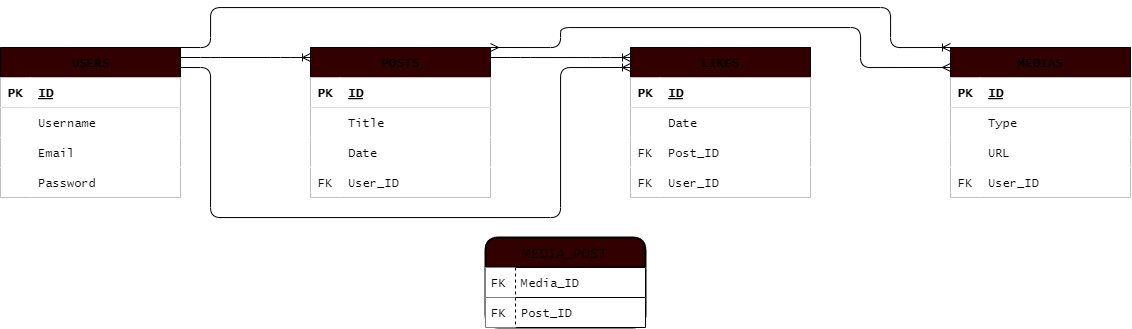
The draw.io diagram tables.png in SimoneCerri/db-social-platform, before a commit. Source tidied: cells renumbered, new cells last; positions are measured from the earlier drawing's top-left corner, leaving out a move shared by most shapes.
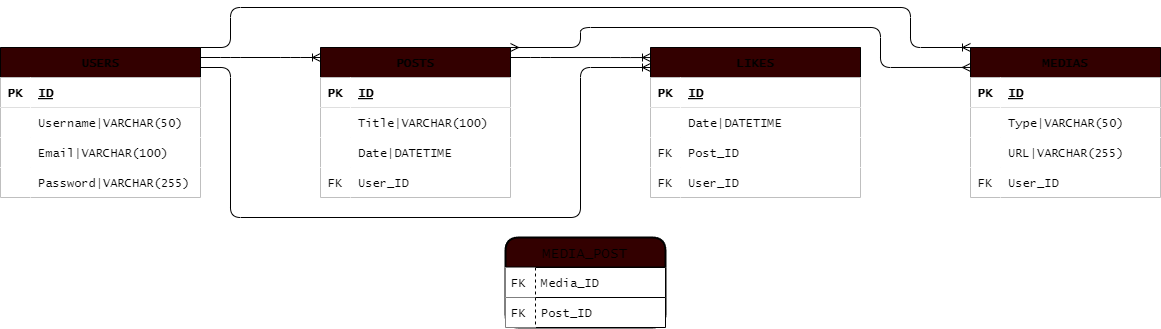
Above is the later version.

What changed in the source:
```diff
@@ -1,167 +1,167 @@
-<mxGraphModel background="#FFFFFF">
+<mxGraphModel background="#ffffff">
   <root>
     <mxCell id="0" />
     <mxCell id="1" parent="0" />
     <mxCell id="2" value="USERS" style="shape=table;startSize=30;rowLines=0;fontStyle=1;align=center;fontFamily=Lucida Console;fillColor=#330000;" parent="1" vertex="1">
-      <mxGeometry y="40" width="180" height="150" as="geometry" />
+      <mxGeometry x="-20" y="40" width="200" height="150" as="geometry" />
     </mxCell>
     <mxCell id="3" style="shape=tableRow;horizontal=0;startSize=0;swimlaneHead=0;swimlaneBody=0;top=0;left=0;right=0;bottom=1;fontFamily=Lucida Console;" parent="2" vertex="1">
-      <mxGeometry y="30" width="180" height="30" as="geometry" />
+      <mxGeometry y="30" width="200" height="30" as="geometry" />
     </mxCell>
     <mxCell id="4" value="PK" style="shape=partialRectangle;top=0;left=0;bottom=0;right=0;fontStyle=1;overflow=hidden;fontFamily=Lucida Console;" parent="3" vertex="1">
       <mxGeometry width="30" height="30" as="geometry" />
     </mxCell>
     <mxCell id="5" value="ID" style="shape=partialRectangle;top=0;left=0;bottom=0;right=0;align=left;spacingLeft=6;fontStyle=5;overflow=hidden;fontFamily=Lucida Console;" parent="3" vertex="1">
-      <mxGeometry x="30" width="150" height="30" as="geometry" />
+      <mxGeometry x="30" width="170" height="30" as="geometry" />
     </mxCell>
     <mxCell id="6" style="shape=tableRow;horizontal=0;startSize=0;swimlaneHead=0;swimlaneBody=0;top=0;left=0;right=0;bottom=0;fontFamily=Lucida Console;" parent="2" vertex="1">
-      <mxGeometry y="60" width="180" height="30" as="geometry" />
+      <mxGeometry y="60" width="200" height="30" as="geometry" />
     </mxCell>
     <mxCell id="7" style="shape=partialRectangle;top=0;left=0;bottom=0;right=0;overflow=hidden;fontFamily=Lucida Console;" parent="6" vertex="1">
       <mxGeometry width="30" height="30" as="geometry" />
     </mxCell>
-    <mxCell id="8" value="Username " style="shape=partialRectangle;top=0;left=0;bottom=0;right=0;align=left;spacingLeft=6;overflow=hidden;fontFamily=Lucida Console;" parent="6" vertex="1">
-      <mxGeometry x="30" width="150" height="30" as="geometry" />
+    <mxCell id="8" value="Username|VARCHAR(50)" style="shape=partialRectangle;top=0;left=0;bottom=0;right=0;align=left;spacingLeft=6;overflow=hidden;fontFamily=Lucida Console;" parent="6" vertex="1">
+      <mxGeometry x="30" width="170" height="30" as="geometry" />
     </mxCell>
     <mxCell id="9" style="shape=tableRow;horizontal=0;startSize=0;swimlaneHead=0;swimlaneBody=0;top=0;left=0;right=0;bottom=0;fontFamily=Lucida Console;" parent="2" vertex="1">
-      <mxGeometry y="90" width="180" height="30" as="geometry" />
+      <mxGeometry y="90" width="200" height="30" as="geometry" />
     </mxCell>
     <mxCell id="10" style="shape=partialRectangle;top=0;left=0;bottom=0;right=0;overflow=hidden;fontFamily=Lucida Console;" parent="9" vertex="1">
       <mxGeometry width="30" height="30" as="geometry" />
     </mxCell>
-    <mxCell id="11" value="Email" style="shape=partialRectangle;top=0;left=0;bottom=0;right=0;align=left;spacingLeft=6;overflow=hidden;fontFamily=Lucida Console;" parent="9" vertex="1">
-      <mxGeometry x="30" width="150" height="30" as="geometry" />
+    <mxCell id="11" value="Email|VARCHAR(100)" style="shape=partialRectangle;top=0;left=0;bottom=0;right=0;align=left;spacingLeft=6;overflow=hidden;fontFamily=Lucida Console;" parent="9" vertex="1">
+      <mxGeometry x="30" width="170" height="30" as="geometry" />
     </mxCell>
     <mxCell id="12" style="shape=tableRow;horizontal=0;startSize=0;swimlaneHead=0;swimlaneBody=0;top=0;left=0;right=0;bottom=0;fontFamily=Lucida Console;" parent="2" vertex="1">
-      <mxGeometry y="120" width="180" height="30" as="geometry" />
+      <mxGeometry y="120" width="200" height="30" as="geometry" />
     </mxCell>
     <mxCell id="13" style="shape=partialRectangle;top=0;left=0;bottom=0;right=0;overflow=hidden;fontFamily=Lucida Console;" parent="12" vertex="1">
       <mxGeometry width="30" height="30" as="geometry" />
     </mxCell>
-    <mxCell id="14" value="Password" style="shape=partialRectangle;top=0;left=0;bottom=0;right=0;align=left;spacingLeft=6;overflow=hidden;fontFamily=Lucida Console;" parent="12" vertex="1">
-      <mxGeometry x="30" width="150" height="30" as="geometry" />
+    <mxCell id="14" value="Password|VARCHAR(255)" style="shape=partialRectangle;top=0;left=0;bottom=0;right=0;align=left;spacingLeft=6;overflow=hidden;fontFamily=Lucida Console;" parent="12" vertex="1">
+      <mxGeometry x="30" width="170" height="30" as="geometry" />
     </mxCell>
     <mxCell id="15" value="POSTS" style="shape=table;startSize=30;rowLines=0;fontStyle=1;align=center;fontFamily=Lucida Console;fillColor=#330000;" parent="1" vertex="1">
-      <mxGeometry x="310" y="40" width="180" height="150" as="geometry" />
+      <mxGeometry x="300" y="40" width="190" height="150" as="geometry" />
     </mxCell>
     <mxCell id="16" style="shape=tableRow;horizontal=0;startSize=0;swimlaneHead=0;swimlaneBody=0;top=0;left=0;right=0;bottom=1;fontFamily=Lucida Console;" parent="15" vertex="1">
-      <mxGeometry y="30" width="180" height="30" as="geometry" />
+      <mxGeometry y="30" width="190" height="30" as="geometry" />
     </mxCell>
     <mxCell id="17" value="PK" style="shape=partialRectangle;top=0;left=0;bottom=0;right=0;fontStyle=1;overflow=hidden;fontFamily=Lucida Console;" parent="16" vertex="1">
       <mxGeometry width="30" height="30" as="geometry" />
     </mxCell>
     <mxCell id="18" value="ID" style="shape=partialRectangle;top=0;left=0;bottom=0;right=0;align=left;spacingLeft=6;fontStyle=5;overflow=hidden;fontFamily=Lucida Console;" parent="16" vertex="1">
-      <mxGeometry x="30" width="150" height="30" as="geometry" />
+      <mxGeometry x="30" width="160" height="30" as="geometry" />
     </mxCell>
     <mxCell id="19" style="shape=tableRow;horizontal=0;startSize=0;swimlaneHead=0;swimlaneBody=0;top=0;left=0;right=0;bottom=0;fontFamily=Lucida Console;" parent="15" vertex="1">
-      <mxGeometry y="60" width="180" height="30" as="geometry" />
+      <mxGeometry y="60" width="190" height="30" as="geometry" />
     </mxCell>
     <mxCell id="20" style="shape=partialRectangle;top=0;left=0;bottom=0;right=0;overflow=hidden;fontFamily=Lucida Console;" parent="19" vertex="1">
       <mxGeometry width="30" height="30" as="geometry" />
     </mxCell>
-    <mxCell id="21" value="Title" style="shape=partialRectangle;top=0;left=0;bottom=0;right=0;align=left;spacingLeft=6;overflow=hidden;fontFamily=Lucida Console;" parent="19" vertex="1">
-      <mxGeometry x="30" width="150" height="30" as="geometry" />
+    <mxCell id="21" value="Title|VARCHAR(100)" style="shape=partialRectangle;top=0;left=0;bottom=0;right=0;align=left;spacingLeft=6;overflow=hidden;fontFamily=Lucida Console;" parent="19" vertex="1">
+      <mxGeometry x="30" width="160" height="30" as="geometry" />
     </mxCell>
     <mxCell id="22" style="shape=tableRow;horizontal=0;startSize=0;swimlaneHead=0;swimlaneBody=0;top=0;left=0;right=0;bottom=0;fontFamily=Lucida Console;" parent="15" vertex="1">
-      <mxGeometry y="90" width="180" height="30" as="geometry" />
+      <mxGeometry y="90" width="190" height="30" as="geometry" />
     </mxCell>
     <mxCell id="23" style="shape=partialRectangle;top=0;left=0;bottom=0;right=0;overflow=hidden;fontFamily=Lucida Console;" parent="22" vertex="1">
       <mxGeometry width="30" height="30" as="geometry" />
     </mxCell>
-    <mxCell id="24" value="Date" style="shape=partialRectangle;top=0;left=0;bottom=0;right=0;align=left;spacingLeft=6;overflow=hidden;fontFamily=Lucida Console;" parent="22" vertex="1">
-      <mxGeometry x="30" width="150" height="30" as="geometry" />
+    <mxCell id="24" value="Date|DATETIME" style="shape=partialRectangle;top=0;left=0;bottom=0;right=0;align=left;spacingLeft=6;overflow=hidden;fontFamily=Lucida Console;" parent="22" vertex="1">
+      <mxGeometry x="30" width="160" height="30" as="geometry" />
     </mxCell>
     <mxCell id="25" style="shape=tableRow;horizontal=0;startSize=0;swimlaneHead=0;swimlaneBody=0;top=0;left=0;right=0;bottom=0;fontFamily=Lucida Console;" parent="15" vertex="1">
-      <mxGeometry y="120" width="180" height="30" as="geometry" />
+      <mxGeometry y="120" width="190" height="30" as="geometry" />
     </mxCell>
     <mxCell id="26" value="FK" style="shape=partialRectangle;top=0;left=0;bottom=0;right=0;overflow=hidden;fontFamily=Lucida Console;" parent="25" vertex="1">
       <mxGeometry width="30" height="30" as="geometry" />
     </mxCell>
     <mxCell id="27" value="User_ID" style="shape=partialRectangle;top=0;left=0;bottom=0;right=0;align=left;spacingLeft=6;overflow=hidden;fontFamily=Lucida Console;" parent="25" vertex="1">
-      <mxGeometry x="30" width="150" height="30" as="geometry" />
+      <mxGeometry x="30" width="160" height="30" as="geometry" />
     </mxCell>
     <mxCell id="28" value="MEDIAS" style="shape=table;startSize=30;rowLines=0;fontStyle=1;align=center;fontFamily=Lucida Console;fillColor=#330000;" parent="1" vertex="1">
-      <mxGeometry x="950" y="40" width="180" height="150" as="geometry" />
+      <mxGeometry x="950" y="40" width="190" height="150" as="geometry" />
     </mxCell>
     <mxCell id="29" style="shape=tableRow;horizontal=0;startSize=0;swimlaneHead=0;swimlaneBody=0;top=0;left=0;right=0;bottom=1;fontFamily=Lucida Console;" parent="28" vertex="1">
-      <mxGeometry y="30" width="180" height="30" as="geometry" />
+      <mxGeometry y="30" width="190" height="30" as="geometry" />
     </mxCell>
     <mxCell id="30" value="PK" style="shape=partialRectangle;top=0;left=0;bottom=0;right=0;fontStyle=1;overflow=hidden;fontFamily=Lucida Console;" parent="29" vertex="1">
       <mxGeometry width="30" height="30" as="geometry" />
     </mxCell>
     <mxCell id="31" value="ID" style="shape=partialRectangle;top=0;left=0;bottom=0;right=0;align=left;spacingLeft=6;fontStyle=5;overflow=hidden;fontFamily=Lucida Console;" parent="29" vertex="1">
-      <mxGeometry x="30" width="150" height="30" as="geometry" />
+      <mxGeometry x="30" width="160" height="30" as="geometry" />
     </mxCell>
     <mxCell id="32" style="shape=tableRow;horizontal=0;startSize=0;swimlaneHead=0;swimlaneBody=0;top=0;left=0;right=0;bottom=0;fontFamily=Lucida Console;" parent="28" vertex="1">
-      <mxGeometry y="60" width="180" height="30" as="geometry" />
+      <mxGeometry y="60" width="190" height="30" as="geometry" />
     </mxCell>
     <mxCell id="33" style="shape=partialRectangle;top=0;left=0;bottom=0;right=0;overflow=hidden;fontFamily=Lucida Console;" parent="32" vertex="1">
       <mxGeometry width="30" height="30" as="geometry" />
     </mxCell>
-    <mxCell id="34" value="Type" style="shape=partialRectangle;top=0;left=0;bottom=0;right=0;align=left;spacingLeft=6;overflow=hidden;fontFamily=Lucida Console;" parent="32" vertex="1">
-      <mxGeometry x="30" width="150" height="30" as="geometry" />
+    <mxCell id="34" value="Type|VARCHAR(50)" style="shape=partialRectangle;top=0;left=0;bottom=0;right=0;align=left;spacingLeft=6;overflow=hidden;fontFamily=Lucida Console;" parent="32" vertex="1">
+      <mxGeometry x="30" width="160" height="30" as="geometry" />
     </mxCell>
     <mxCell id="35" style="shape=tableRow;horizontal=0;startSize=0;swimlaneHead=0;swimlaneBody=0;top=0;left=0;right=0;bottom=0;fontFamily=Lucida Console;" parent="28" vertex="1">
-      <mxGeometry y="90" width="180" height="30" as="geometry" />
+      <mxGeometry y="90" width="190" height="30" as="geometry" />
     </mxCell>
     <mxCell id="36" style="shape=partialRectangle;top=0;left=0;bottom=0;right=0;overflow=hidden;fontFamily=Lucida Console;" parent="35" vertex="1">
       <mxGeometry width="30" height="30" as="geometry" />
     </mxCell>
-    <mxCell id="37" value="URL" style="shape=partialRectangle;top=0;left=0;bottom=0;right=0;align=left;spacingLeft=6;overflow=hidden;fontFamily=Lucida Console;" parent="35" vertex="1">
-      <mxGeometry x="30" width="150" height="30" as="geometry" />
+    <mxCell id="37" value="URL|VARCHAR(255)" style="shape=partialRectangle;top=0;left=0;bottom=0;right=0;align=left;spacingLeft=6;overflow=hidden;fontFamily=Lucida Console;" parent="35" vertex="1">
+      <mxGeometry x="30" width="160" height="30" as="geometry" />
     </mxCell>
     <mxCell id="38" style="shape=tableRow;horizontal=0;startSize=0;swimlaneHead=0;swimlaneBody=0;top=0;left=0;right=0;bottom=0;fontFamily=Lucida Console;" parent="28" vertex="1">
-      <mxGeometry y="120" width="180" height="30" as="geometry" />
+      <mxGeometry y="120" width="190" height="30" as="geometry" />
     </mxCell>
     <mxCell id="39" value="FK" style="shape=partialRectangle;top=0;left=0;bottom=0;right=0;overflow=hidden;fontFamily=Lucida Console;" parent="38" vertex="1">
       <mxGeometry width="30" height="30" as="geometry" />
     </mxCell>
     <mxCell id="40" value="User_ID" style="shape=partialRectangle;top=0;left=0;bottom=0;right=0;align=left;spacingLeft=6;overflow=hidden;fontFamily=Lucida Console;" parent="38" vertex="1">
-      <mxGeometry x="30" width="150" height="30" as="geometry" />
+      <mxGeometry x="30" width="160" height="30" as="geometry" />
     </mxCell>
     <mxCell id="41" value="LIKES" style="shape=table;startSize=30;rowLines=0;fontStyle=1;align=center;fontFamily=Lucida Console;fillColor=#330000;" parent="1" vertex="1">
-      <mxGeometry x="630" y="40" width="180" height="150" as="geometry" />
+      <mxGeometry x="630" y="40" width="210" height="150" as="geometry" />
     </mxCell>
     <mxCell id="42" style="shape=tableRow;horizontal=0;startSize=0;swimlaneHead=0;swimlaneBody=0;top=0;left=0;right=0;bottom=1;fontFamily=Lucida Console;" parent="41" vertex="1">
-      <mxGeometry y="30" width="180" height="30" as="geometry" />
+      <mxGeometry y="30" width="210" height="30" as="geometry" />
     </mxCell>
     <mxCell id="43" value="PK" style="shape=partialRectangle;top=0;left=0;bottom=0;right=0;fontStyle=1;overflow=hidden;fontFamily=Lucida Console;" parent="42" vertex="1">
       <mxGeometry width="30" height="30" as="geometry" />
     </mxCell>
     <mxCell id="44" value="ID" style="shape=partialRectangle;top=0;left=0;bottom=0;right=0;align=left;spacingLeft=6;fontStyle=5;overflow=hidden;fontFamily=Lucida Console;" parent="42" vertex="1">
-      <mxGeometry x="30" width="150" height="30" as="geometry" />
+      <mxGeometry x="30" width="180" height="30" as="geometry" />
     </mxCell>
     <mxCell id="45" style="shape=tableRow;horizontal=0;startSize=0;swimlaneHead=0;swimlaneBody=0;top=0;left=0;right=0;bottom=0;fontFamily=Lucida Console;" parent="41" vertex="1">
-      <mxGeometry y="60" width="180" height="30" as="geometry" />
+      <mxGeometry y="60" width="210" height="30" as="geometry" />
     </mxCell>
     <mxCell id="46" style="shape=partialRectangle;top=0;left=0;bottom=0;right=0;overflow=hidden;fontFamily=Lucida Console;" parent="45" vertex="1">
       <mxGeometry width="30" height="30" as="geometry" />
     </mxCell>
-    <mxCell id="47" value="Date" style="shape=partialRectangle;top=0;left=0;bottom=0;right=0;align=left;spacingLeft=6;overflow=hidden;fontFamily=Lucida Console;" parent="45" vertex="1">
-      <mxGeometry x="30" width="150" height="30" as="geometry" />
+    <mxCell id="47" value="Date|DATETIME" style="shape=partialRectangle;top=0;left=0;bottom=0;right=0;align=left;spacingLeft=6;overflow=hidden;fontFamily=Lucida Console;" parent="45" vertex="1">
+      <mxGeometry x="30" width="180" height="30" as="geometry" />
     </mxCell>
     <mxCell id="48" style="shape=tableRow;horizontal=0;startSize=0;swimlaneHead=0;swimlaneBody=0;top=0;left=0;right=0;bottom=0;fontFamily=Lucida Console;" parent="41" vertex="1">
-      <mxGeometry y="90" width="180" height="30" as="geometry" />
+      <mxGeometry y="90" width="210" height="30" as="geometry" />
     </mxCell>
     <mxCell id="49" value="FK" style="shape=partialRectangle;top=0;left=0;bottom=0;right=0;overflow=hidden;fontFamily=Lucida Console;" parent="48" vertex="1">
       <mxGeometry width="30" height="30" as="geometry" />
     </mxCell>
     <mxCell id="50" value="Post_ID" style="shape=partialRectangle;top=0;left=0;bottom=0;right=0;align=left;spacingLeft=6;overflow=hidden;fontFamily=Lucida Console;" parent="48" vertex="1">
-      <mxGeometry x="30" width="150" height="30" as="geometry" />
+      <mxGeometry x="30" width="180" height="30" as="geometry" />
     </mxCell>
     <mxCell id="51" style="shape=tableRow;horizontal=0;startSize=0;swimlaneHead=0;swimlaneBody=0;top=0;left=0;right=0;bottom=0;fontFamily=Lucida Console;" parent="41" vertex="1">
-      <mxGeometry y="120" width="180" height="30" as="geometry" />
+      <mxGeometry y="120" width="210" height="30" as="geometry" />
     </mxCell>
     <mxCell id="52" value="FK" style="shape=partialRectangle;top=0;left=0;bottom=0;right=0;overflow=hidden;fontFamily=Lucida Console;" parent="51" vertex="1">
       <mxGeometry width="30" height="30" as="geometry" />
     </mxCell>
     <mxCell id="53" value="User_ID" style="shape=partialRectangle;top=0;left=0;bottom=0;right=0;align=left;spacingLeft=6;overflow=hidden;fontFamily=Lucida Console;" parent="51" vertex="1">
-      <mxGeometry x="30" width="150" height="30" as="geometry" />
+      <mxGeometry x="30" width="180" height="30" as="geometry" />
     </mxCell>
     <mxCell id="54" style="edgeStyle=entityRelationEdgeStyle;fontSize=12;html=1;endArrow=ERoneToMany;fontFamily=Lucida Console;" parent="1" edge="1">
       <mxGeometry relative="1" as="geometry">
         <mxPoint x="180" y="50" as="sourcePoint" />
-        <mxPoint x="310" y="50" as="targetPoint" />
+        <mxPoint x="300" y="50" as="targetPoint" />
       </mxGeometry>
     </mxCell>
     <mxCell id="55" style="edgeStyle=orthogonalEdgeStyle;fontSize=12;html=1;endArrow=ERoneToMany;fontFamily=Lucida Console;" parent="1" edge="1">
```
